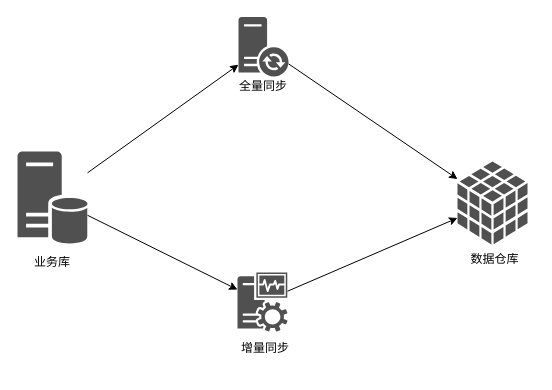
wangbin2188/draw keeps this draw.io diagram as page "data_sync_type" (2 of 4) of 数据同步范畴.drawio. Above is the earlier version. Source tidied: cells renumbered, new cells numbered last; positions are measured from the earlier drawing's top-left corner, leaving out a move shared by most shapes. Both pictures are drawn from the tidied source at 100%, with x=0, y=0 at pixel (17, 16).
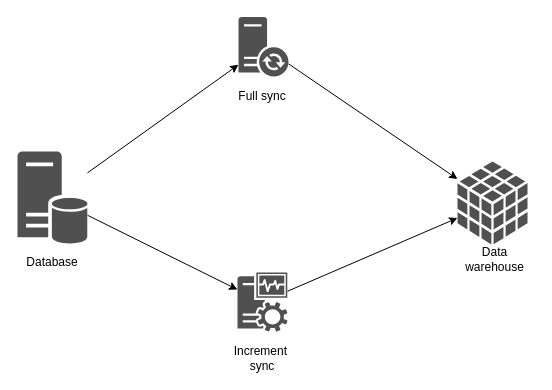
The same diagram, later.

Diff of the diagram source:
```diff
@@
 <mxGraphModel>
   <root>
     <mxCell id="0" />
     <mxCell id="1" parent="0" />
-    <mxCell id="2" value="业务库" style="text;html=1;strokeColor=none;fillColor=none;align=center;verticalAlign=middle;whiteSpace=wrap;rounded=0;" parent="1" vertex="1">
+    <mxCell id="2" value="Database" style="text;html=1;strokeColor=none;fillColor=none;align=center;verticalAlign=middle;whiteSpace=wrap;rounded=0;" parent="1" vertex="1">
       <mxGeometry x="5" y="236" width="60" height="20" as="geometry" />
     </mxCell>
-    <mxCell id="3" value="数据仓库" style="text;html=1;strokeColor=none;fillColor=none;align=center;verticalAlign=middle;whiteSpace=wrap;rounded=0;" parent="1" vertex="1">
+    <mxCell id="3" value="Data&lt;br&gt;warehouse" style="text;html=1;strokeColor=none;fillColor=none;align=center;verticalAlign=middle;whiteSpace=wrap;rounded=0;" parent="1" vertex="1">
       <mxGeometry x="437" y="232.5" width="81" height="20" as="geometry" />
     </mxCell>
-    <mxCell id="4" value="全量同步" style="text;html=1;strokeColor=none;fillColor=none;align=center;verticalAlign=middle;whiteSpace=wrap;rounded=0;" parent="1" vertex="1">
-      <mxGeometry x="206" y="60" width="80" height="20" as="geometry" />
+    <mxCell id="4" value="Full sync" style="text;html=1;strokeColor=none;fillColor=none;align=center;verticalAlign=middle;whiteSpace=wrap;rounded=0;" parent="1" vertex="1">
+      <mxGeometry x="205" y="70" width="80" height="20" as="geometry" />
     </mxCell>
-    <mxCell id="5" value="增量同步" style="text;html=1;strokeColor=none;fillColor=none;align=center;verticalAlign=middle;whiteSpace=wrap;rounded=0;" parent="1" vertex="1">
-      <mxGeometry x="208" y="322" width="80" height="20" as="geometry" />
+    <mxCell id="5" value="Increment&amp;nbsp;&lt;br&gt;sync" style="text;html=1;strokeColor=none;fillColor=none;align=center;verticalAlign=middle;whiteSpace=wrap;rounded=0;" parent="1" vertex="1">
+      <mxGeometry x="205" y="332" width="80" height="20" as="geometry" />
     </mxCell>
     <mxCell id="6" style="edgeStyle=none;rounded=0;jettySize=auto;html=1;" parent="1" edge="1" source="8" target="11">
       <mxGeometry relative="1" as="geometry" />
     </mxCell>
     <mxCell id="7" style="edgeStyle=none;rounded=0;jettySize=auto;html=1;" parent="1" edge="1" source="8" target="13">
       <mxGeometry relative="1" as="geometry" />
     </mxCell>
     <mxCell id="8" style="shadow=0;dashed=0;html=1;strokeColor=none;fillColor=#505050;labelPosition=center;verticalLabelPosition=bottom;verticalAlign=top;outlineConnect=0;align=center;shape=mxgraph.office.databases.database_server;" parent="1" vertex="1">
       <mxGeometry y="135" width="70" height="92.8" as="geometry" />
     </mxCell>
     <mxCell id="9" style="shadow=0;dashed=0;html=1;strokeColor=none;fillColor=#505050;labelPosition=center;verticalLabelPosition=bottom;verticalAlign=top;outlineConnect=0;align=center;shape=mxgraph.office.databases.database_cube;" parent="1" vertex="1">
       <mxGeometry x="440" y="144.9" width="70" height="83" as="geometry" />
     </mxCell>
     <mxCell id="10" style="edgeStyle=none;rounded=0;jettySize=auto;html=1;" parent="1" edge="1" source="11" target="9">
       <mxGeometry relative="1" as="geometry" />
     </mxCell>
     <mxCell id="11" style="shadow=0;dashed=0;html=1;strokeColor=none;fillColor=#505050;labelPosition=center;verticalLabelPosition=bottom;verticalAlign=top;outlineConnect=0;align=center;shape=mxgraph.office.servers.dirsync_server;" parent="1" vertex="1">
       <mxGeometry x="221" y="0.5" width="50" height="59.6" as="geometry" />
     </mxCell>
     <mxCell id="12" style="edgeStyle=none;rounded=0;jettySize=auto;html=1;" parent="1" edge="1" source="13" target="9">
       <mxGeometry relative="1" as="geometry" />
     </mxCell>
     <mxCell id="13" style="shadow=0;dashed=0;html=1;strokeColor=none;fillColor=#505050;labelPosition=center;verticalLabelPosition=bottom;verticalAlign=top;outlineConnect=0;align=center;shape=mxgraph.office.servers.monitoring_sql_reporting_services;" parent="1" vertex="1">
       <mxGeometry x="220" y="256" width="50" height="59" as="geometry" />
     </mxCell>
   </root>
 </mxGraphModel>
```
